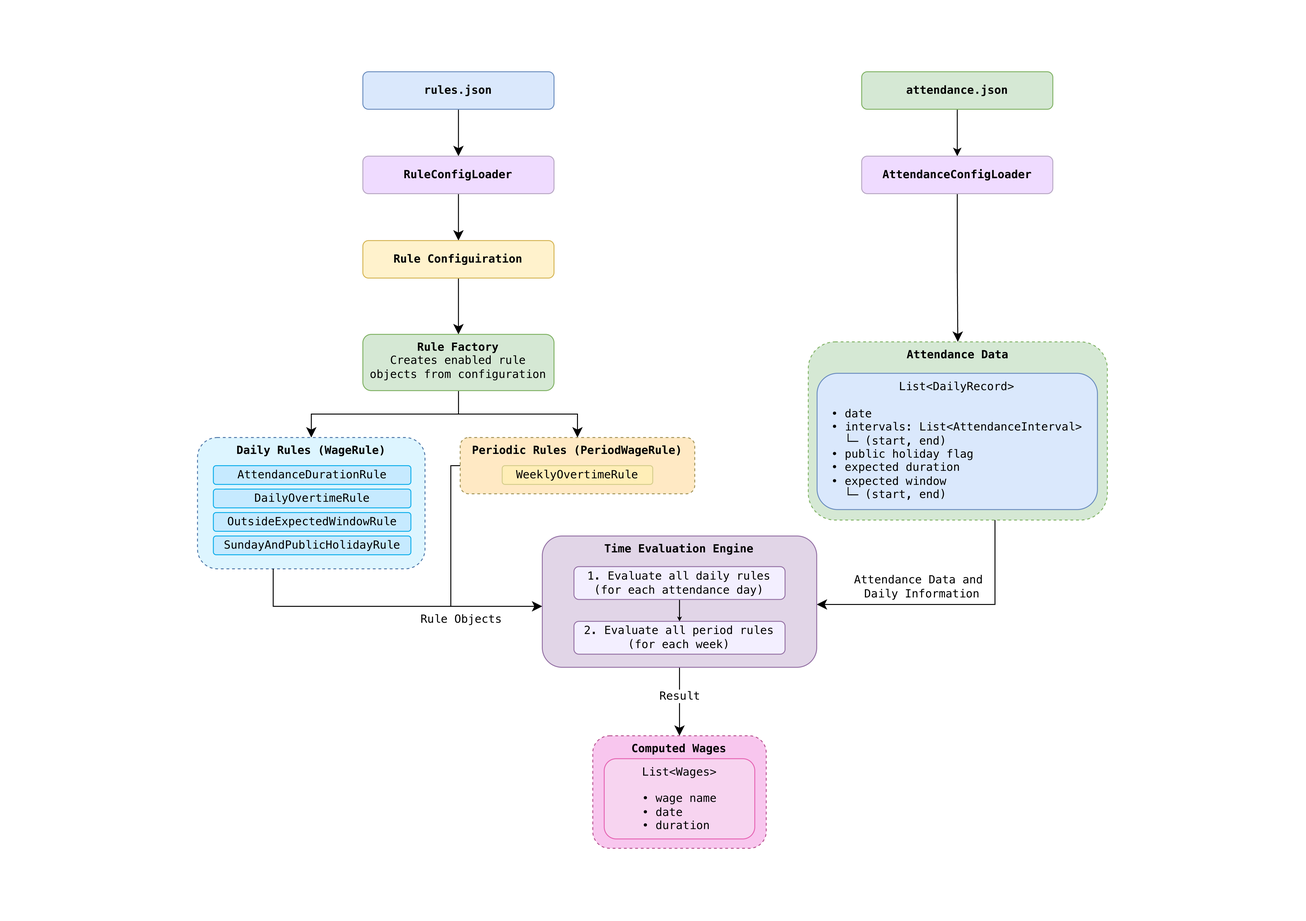
Before: docs/architecture.png, a diagram exported from draw.io (kulkarniishan/time-evaluation-engine). Source tidied: cells renumbered, new cells last; positions are measured from the earlier drawing's top-left corner, leaving out a move shared by most shapes.
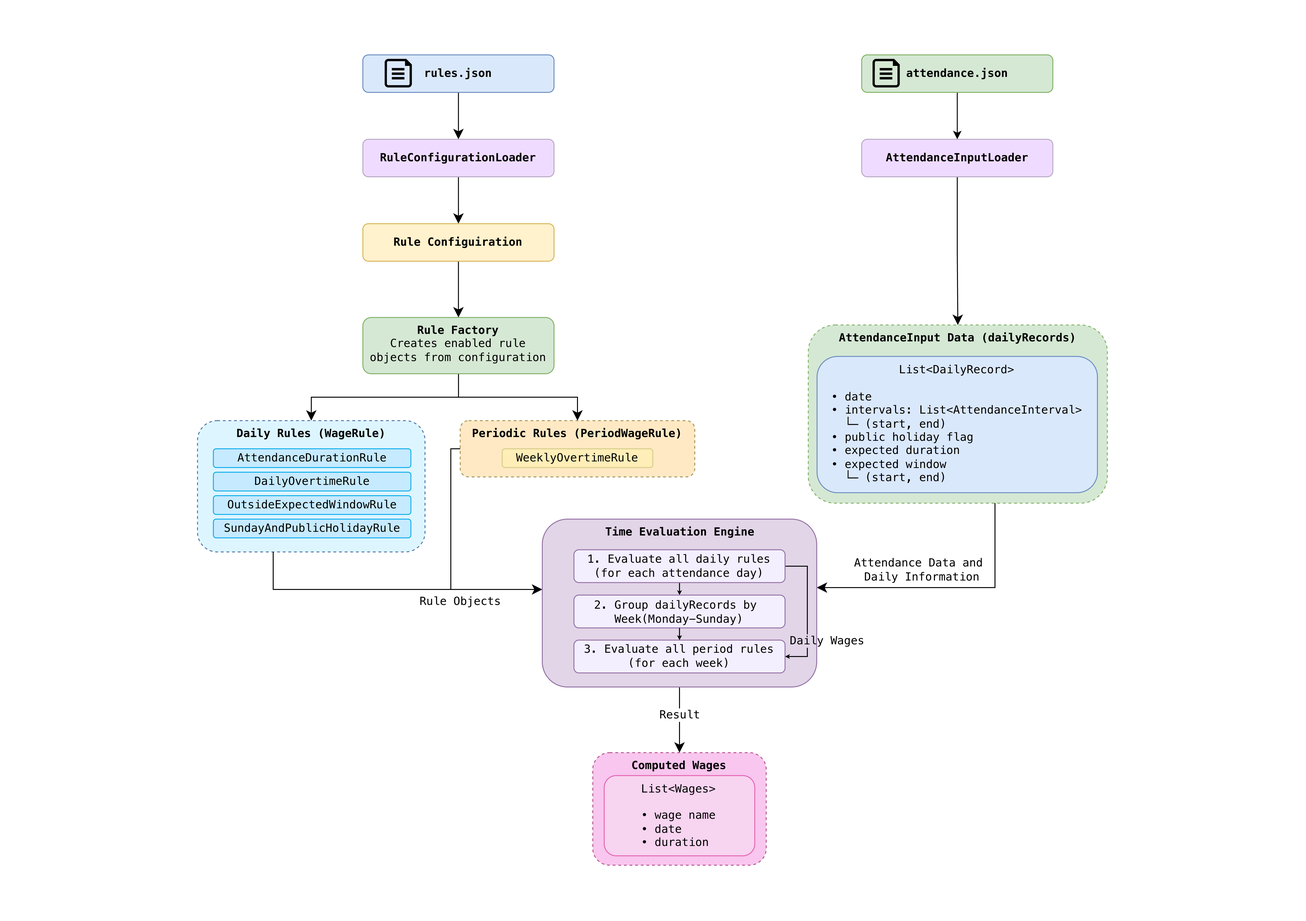
Above is the later version.

Commit message:
UPDATE: Architecture diagram

What changed in the source:
```diff
@@ -3,7 +3,7 @@
     <mxCell id="0" />
     <mxCell id="1" parent="0" />
     <mxCell id="2" style="rounded=0;whiteSpace=wrap;html=1;strokeColor=#FFFFFF;" parent="1" vertex="1">
-      <mxGeometry width="1390" height="980" as="geometry" />
+      <mxGeometry y="18" width="1390" height="980" as="geometry" />
     </mxCell>
     <mxCell id="3" style="edgeStyle=orthogonalEdgeStyle;rounded=0;jettySize=auto;html=1;fontSize=12;defaultLabelBackgroundColor=page;startSize=8;endSize=8;" parent="1" edge="1" source="4" target="8">
       <mxGeometry relative="1" as="geometry" />
@@ -20,19 +20,19 @@
     <mxCell id="7" style="edgeStyle=orthogonalEdgeStyle;rounded=0;jettySize=auto;html=1;fontSize=12;defaultLabelBackgroundColor=page;startSize=8;endSize=8;fontFamily=Monospace;" parent="1" edge="1" source="8" target="16">
       <mxGeometry relative="1" as="geometry" />
     </mxCell>
-    <mxCell id="8" value="RuleConfigLoader" style="rounded=1;whiteSpace=wrap;html=1;roundedPerimeter=1;fillColor=light-dark(#EFDBFF,#E37ABA);strokeColor=light-dark(#B8A8C4,#E37ABA);align=center;verticalAlign=middle;fontFamily=Monospace;fontSize=12;fontColor=default;fontStyle=1;" parent="1" vertex="1">
+    <mxCell id="8" value="RuleConfigurationLoader" style="rounded=1;whiteSpace=wrap;html=1;roundedPerimeter=1;fillColor=light-dark(#EFDBFF,#E37ABA);strokeColor=light-dark(#B8A8C4,#E37ABA);align=center;verticalAlign=middle;fontFamily=Monospace;fontSize=12;fontColor=default;fontStyle=1;" parent="1" vertex="1">
       <mxGeometry x="386.2" y="166" width="203.8" height="40" as="geometry" />
     </mxCell>
     <mxCell id="9" style="edgeStyle=orthogonalEdgeStyle;rounded=0;jettySize=auto;html=1;fontSize=12;defaultLabelBackgroundColor=page;startSize=8;endSize=8;fontFamily=Monospace;" parent="1" edge="1" source="10" target="12">
       <mxGeometry relative="1" as="geometry" />
     </mxCell>
-    <mxCell id="10" value="AttendanceConfigLoader" style="rounded=1;whiteSpace=wrap;html=1;roundedPerimeter=1;fillColor=light-dark(#EFDBFF,#E37ABA);strokeColor=light-dark(#B8A8C4,#E37ABA);fontFamily=Monospace;fontSize=12;fontStyle=1;" parent="1" vertex="1">
+    <mxCell id="10" value="AttendanceInputLoader" style="rounded=1;whiteSpace=wrap;html=1;roundedPerimeter=1;fillColor=light-dark(#EFDBFF,#E37ABA);strokeColor=light-dark(#B8A8C4,#E37ABA);fontFamily=Monospace;fontSize=12;fontStyle=1;" parent="1" vertex="1">
       <mxGeometry x="917.9" y="166" width="203.8" height="40" as="geometry" />
     </mxCell>
     <mxCell id="11" style="group;rounded=0;fontFamily=Monospace;fontSize=12;" parent="1" vertex="1">
       <mxGeometry x="861" y="364" width="318.8" height="190" as="geometry" />
     </mxCell>
-    <mxCell id="12" value="&lt;b&gt;Attendance Data&lt;/b&gt;" style="rounded=1;whiteSpace=wrap;html=1;verticalAlign=top;fillColor=#d5e8d4;strokeColor=#82b366;dashed=1;roundedPerimeter=1;fontFamily=Monospace;fontSize=12;" parent="11" vertex="1">
+    <mxCell id="12" value="&lt;b&gt;AttendanceInput Data (dailyRecords)&lt;/b&gt;" style="rounded=1;whiteSpace=wrap;html=1;verticalAlign=top;fillColor=#d5e8d4;strokeColor=#82b366;dashed=1;roundedPerimeter=1;fontFamily=Monospace;fontSize=12;" parent="11" vertex="1">
       <mxGeometry width="318.8" height="190" as="geometry" />
     </mxCell>
     <mxCell id="13" style="group;fontFamily=Monospace;fontSize=12;" parent="11" vertex="1">
@@ -89,7 +89,7 @@
     <mxCell id="30" value="&lt;font&gt;WeeklyOvertimeRule&lt;/font&gt;" style="rounded=1;whiteSpace=wrap;html=1;roundedPerimeter=1;fillColor=#FFEEB7;strokeColor=#D6CE8D;fontFamily=Monospace;fontSize=12;" parent="28" vertex="1">
       <mxGeometry x="44.8" y="30" width="160.5" height="20" as="geometry" />
     </mxCell>
-    <mxCell id="31" style="edgeStyle=none;curved=1;rounded=0;curveGeometry=1;jettySize=auto;html=1;fontSize=12;defaultLabelBackgroundColor=page;startSize=8;endSize=8;fontFamily=Monospace;" parent="1" edge="1" source="39" target="45">
+    <mxCell id="31" style="edgeStyle=none;curved=1;rounded=0;curveGeometry=1;jettySize=auto;html=1;fontSize=12;defaultLabelBackgroundColor=page;startSize=8;endSize=8;fontFamily=Monospace;" parent="1" edge="1" source="43" target="39">
       <mxGeometry relative="1" as="geometry" />
     </mxCell>
     <mxCell id="32" value="Result" style="edgeLabel;html=1;align=center;verticalAlign=middle;inheritText=fontColor,fontStyle,textOpacity,labelBorderColor,labelBorderWidth,labelBackgroundColor,defaultLabelBackgroundColor,labelPadding;fontFamily=Monospace;fontSize=12;defaultLabelBackgroundColor=page;" parent="31" vertex="1">
@@ -97,7 +97,7 @@
         <mxPoint x="-1" y="3" as="offset" />
       </mxGeometry>
     </mxCell>
-    <mxCell id="33" style="edgeStyle=orthogonalEdgeStyle;rounded=0;jettySize=auto;html=1;fontSize=12;defaultLabelBackgroundColor=page;startSize=8;endSize=8;fontFamily=Monospace;" parent="1" edge="1" source="29" target="39">
+    <mxCell id="33" style="edgeStyle=orthogonalEdgeStyle;rounded=0;jettySize=auto;html=1;fontSize=12;defaultLabelBackgroundColor=page;startSize=8;endSize=8;fontFamily=Monospace;" parent="1" edge="1" source="29" target="43">
       <mxGeometry x="-0.04" relative="1" as="geometry">
         <Array as="points">
           <mxPoint x="480" y="496" />
@@ -110,7 +110,7 @@
         <mxPoint x="9" y="46" as="offset" />
       </mxGeometry>
     </mxCell>
-    <mxCell id="35" style="edgeStyle=orthogonalEdgeStyle;rounded=0;jettySize=auto;html=1;fontSize=12;defaultLabelBackgroundColor=page;startSize=8;endSize=8;fontFamily=Monospace;" parent="1" edge="1" source="12" target="39">
+    <mxCell id="35" style="edgeStyle=orthogonalEdgeStyle;rounded=0;jettySize=auto;html=1;fontSize=12;defaultLabelBackgroundColor=page;startSize=8;endSize=8;fontFamily=Monospace;" parent="1" edge="1" source="12" target="43">
       <mxGeometry x="0.29" relative="1" as="geometry">
         <Array as="points">
           <mxPoint x="1060" y="644" />
@@ -122,39 +122,58 @@
         <mxPoint x="42" y="-19" as="offset" />
       </mxGeometry>
     </mxCell>
-    <mxCell id="37" style="edgeStyle=orthogonalEdgeStyle;rounded=0;jettySize=auto;html=1;fontSize=12;defaultLabelBackgroundColor=page;startSize=8;endSize=8;fontFamily=Monospace;" parent="1" edge="1" source="21" target="39">
+    <mxCell id="37" style="edgeStyle=orthogonalEdgeStyle;rounded=0;jettySize=auto;html=1;fontSize=12;defaultLabelBackgroundColor=page;startSize=8;endSize=8;fontFamily=Monospace;" parent="1" edge="1" source="21" target="43">
       <mxGeometry relative="1" as="geometry">
         <Array as="points">
           <mxPoint x="290.7" y="646" />
         </Array>
       </mxGeometry>
     </mxCell>
-    <mxCell id="38" style="group;fontFamily=Monospace;fontSize=12;" parent="1" vertex="1">
-      <mxGeometry x="577.5" y="571" width="292.5" height="140" as="geometry" />
+    <mxCell id="38" style="group;" parent="1" vertex="1">
+      <mxGeometry x="631.3" y="820" width="184.9" height="120" as="geometry" />
     </mxCell>
-    <mxCell id="39" value="&lt;b&gt;Time Evaluation Engine&lt;/b&gt;" style="rounded=1;whiteSpace=wrap;html=1;roundedPerimeter=1;verticalAlign=top;fillColor=#e1d5e7;strokeColor=#9673a6;fontFamily=Monospace;fontSize=12;" parent="38" vertex="1">
-      <mxGeometry width="292.5" height="140" as="geometry" />
+    <mxCell id="39" value="&lt;b&gt;Computed Wages&lt;/b&gt;" style="whiteSpace=wrap;html=1;verticalAlign=top;fillColor=#F8C6EE;strokeColor=#B85490;rounded=1;roundedPerimeter=1;dashed=1;fontFamily=Monospace;fontSize=12;" parent="38" vertex="1">
+      <mxGeometry width="184.9" height="120" as="geometry" />
     </mxCell>
-    <mxCell id="40" style="group;fontFamily=Monospace;fontSize=12;" parent="38" vertex="1">
-      <mxGeometry x="33.7" y="32.7" width="225" height="93.3" as="geometry" />
+    <mxCell id="40" value="&lt;span style=&quot;font-family: monospace;&quot;&gt;List&amp;lt;Wages&amp;gt;&lt;/span&gt;&lt;div style=&quot;font-family: monospace;&quot;&gt;&lt;br&gt;&lt;div&gt;&lt;span style=&quot;text-align: left; background-color: transparent;&quot;&gt;• &lt;/span&gt;wage name&lt;/div&gt;&lt;div style=&quot;text-align: left;&quot;&gt;&lt;span style=&quot;background-color: transparent;&quot;&gt;• &lt;/span&gt;date&lt;/div&gt;&lt;div style=&quot;text-align: left;&quot;&gt;&lt;span style=&quot;background-color: transparent;&quot;&gt;• &lt;/span&gt;duration&lt;/div&gt;&lt;/div&gt;" style="rounded=1;whiteSpace=wrap;html=1;roundedPerimeter=1;fillColor=light-dark(#F7D4F0,#F7D4F0);strokeColor=light-dark(#E666B4,#D7817E);" parent="38" vertex="1">
+      <mxGeometry x="12.2" y="24.4" width="160.5" height="85.6" as="geometry" />
     </mxCell>
-    <mxCell id="41" style="edgeStyle=none;curved=1;rounded=0;curveGeometry=1;jettySize=auto;html=1;fontSize=12;defaultLabelBackgroundColor=page;startSize=2;endSize=2;fontFamily=Monospace;" parent="40" edge="1" source="42" target="43">
-      <mxGeometry relative="1" as="geometry" />
+    <mxCell id="41" style="verticalLabelPosition=bottom;html=1;verticalAlign=top;align=center;strokeColor=none;fillColor=light-dark(#000000,#000000);shape=mxgraph.azure.cloud_services_configuration_file;labelPerimeter=1;" parent="1" vertex="1">
+      <mxGeometry x="410" y="80.7" width="29" height="30.5" as="geometry" />
     </mxCell>
-    <mxCell id="42" value="&lt;font&gt;1. Evaluate all daily rules&lt;/font&gt;&lt;div&gt;&lt;font&gt;(for each attendance day)&lt;/font&gt;&lt;/div&gt;" style="rounded=1;whiteSpace=wrap;html=1;roundedPerimeter=1;fillColor=#F3EFFF;strokeColor=#9673a6;fontFamily=Monospace;fontSize=12;" parent="40" vertex="1">
-      <mxGeometry width="225" height="35" as="geometry" />
+    <mxCell id="42" style="verticalLabelPosition=bottom;html=1;verticalAlign=top;align=center;strokeColor=none;fillColor=light-dark(#000000,#000000);shape=mxgraph.azure.cloud_services_configuration_file;labelPerimeter=1;" parent="1" vertex="1">
+      <mxGeometry x="930" y="80.7" width="29" height="30.5" as="geometry" />
     </mxCell>
-    <mxCell id="43" value="&lt;font&gt;2. Evaluate all period rules&lt;/font&gt;&lt;div&gt;&lt;font&gt;(for each week)&lt;/font&gt;&lt;/div&gt;" style="rounded=1;whiteSpace=wrap;html=1;roundedPerimeter=1;fillColor=#F3EFFF;strokeColor=#9673a6;fontFamily=Monospace;fontSize=12;" parent="40" vertex="1">
-      <mxGeometry y="58.3" width="225" height="35" as="geometry" />
+    <mxCell id="43" value="&lt;b&gt;Time Evaluation Engine&lt;/b&gt;" style="rounded=1;whiteSpace=wrap;html=1;roundedPerimeter=1;verticalAlign=top;fillColor=#e1d5e7;strokeColor=#9673a6;fontFamily=Monospace;fontSize=12;" parent="1" vertex="1">
+      <mxGeometry x="577.5" y="571" width="292.5" height="179" as="geometry" />
     </mxCell>
-    <mxCell id="44" style="group;" parent="1" vertex="1">
-      <mxGeometry x="631.3" y="784" width="184.9" height="120" as="geometry" />
+    <mxCell id="44" style="edgeStyle=none;curved=1;rounded=0;curveGeometry=1;jettySize=auto;html=1;fontSize=12;defaultLabelBackgroundColor=page;startSize=2;endSize=2;fontFamily=Monospace;" parent="1" edge="1" source="47" target="49">
+      <mxGeometry relative="1" as="geometry" />
     </mxCell>
-    <mxCell id="45" value="&lt;b&gt;Computed Wages&lt;/b&gt;" style="whiteSpace=wrap;html=1;verticalAlign=top;fillColor=#F8C6EE;strokeColor=#B85490;rounded=1;roundedPerimeter=1;dashed=1;fontFamily=Monospace;fontSize=12;" parent="44" vertex="1">
-      <mxGeometry width="184.9" height="120" as="geometry" />
+    <mxCell id="45" style="edgeStyle=orthogonalEdgeStyle;rounded=0;jettySize=auto;html=1;fontSize=12;defaultLabelBackgroundColor=page;startSize=2;endSize=2;strokeColor=default;align=center;verticalAlign=middle;fontFamily=Monospace;fontColor=default;labelBackgroundColor=default;endArrow=classic;" parent="1" edge="1" source="47" target="48">
+      <mxGeometry relative="1" as="geometry">
+        <Array as="points">
+          <mxPoint x="860" y="621.2" />
+          <mxPoint x="860" y="717.5" />
+        </Array>
+      </mxGeometry>
     </mxCell>
-    <mxCell id="46" value="&lt;span style=&quot;font-family: monospace;&quot;&gt;List&amp;lt;Wages&amp;gt;&lt;/span&gt;&lt;div style=&quot;font-family: monospace;&quot;&gt;&lt;br&gt;&lt;div&gt;&lt;span style=&quot;text-align: left; background-color: transparent;&quot;&gt;• &lt;/span&gt;wage name&lt;/div&gt;&lt;div style=&quot;text-align: left;&quot;&gt;&lt;span style=&quot;background-color: transparent;&quot;&gt;• &lt;/span&gt;date&lt;/div&gt;&lt;div style=&quot;text-align: left;&quot;&gt;&lt;span style=&quot;background-color: transparent;&quot;&gt;• &lt;/span&gt;duration&lt;/div&gt;&lt;/div&gt;" style="rounded=1;whiteSpace=wrap;html=1;roundedPerimeter=1;fillColor=light-dark(#F7D4F0,#F7D4F0);strokeColor=light-dark(#E666B4,#D7817E);" parent="44" vertex="1">
-      <mxGeometry x="12.2" y="24.4" width="160.5" height="85.6" as="geometry" />
+    <mxCell id="46" value="&lt;font face=&quot;Monospace&quot;&gt;Daily Wages&lt;/font&gt;" style="edgeLabel;html=1;align=center;verticalAlign=middle;inheritText=1;fontFamily=Monospace;fontSize=12;defaultLabelBackgroundColor=page;" parent="45" vertex="1">
+      <mxGeometry x="-0.13" y="1" relative="1" as="geometry">
+        <mxPoint x="19" y="41" as="offset" />
+      </mxGeometry>
     </mxCell>
+    <mxCell id="47" value="&lt;font&gt;1. Evaluate all daily rules&lt;/font&gt;&lt;div&gt;&lt;font&gt;(for each attendance day)&lt;/font&gt;&lt;/div&gt;" style="rounded=1;whiteSpace=wrap;html=1;roundedPerimeter=1;fillColor=#F3EFFF;strokeColor=#9673a6;fontFamily=Monospace;fontSize=12;" parent="1" vertex="1">
+      <mxGeometry x="611.2" y="603.7" width="225" height="35" as="geometry" />
+    </mxCell>
+    <mxCell id="48" value="&lt;font&gt;3. Evaluate all period rules&lt;/font&gt;&lt;div&gt;&lt;font&gt;(for each week)&lt;/font&gt;&lt;/div&gt;" style="rounded=1;whiteSpace=wrap;html=1;roundedPerimeter=1;fillColor=#F3EFFF;strokeColor=#9673a6;fontFamily=Monospace;fontSize=12;" parent="1" vertex="1">
+      <mxGeometry x="611.2" y="700" width="225" height="35" as="geometry" />
+    </mxCell>
+    <mxCell id="49" value="&lt;font&gt;2. Group dailyRecords by&amp;nbsp;&lt;/font&gt;&lt;div&gt;&lt;font&gt;Week(&lt;span style=&quot;background-color: transparent; color: light-dark(#000000, var(--ge-light-color, #ffffff));&quot;&gt;Monday-Sunday)&lt;/span&gt;&lt;br&gt;&lt;/font&gt;&lt;/div&gt;" style="rounded=1;whiteSpace=wrap;html=1;roundedPerimeter=1;fillColor=#F3EFFF;strokeColor=#9673a6;fontFamily=Monospace;fontSize=12;" parent="1" vertex="1">
+      <mxGeometry x="611.2" y="652" width="225" height="35" as="geometry" />
+    </mxCell>
+    <mxCell id="50" style="edgeStyle=none;curved=1;rounded=0;curveGeometry=1;jettySize=auto;html=1;fontSize=12;defaultLabelBackgroundColor=page;startSize=2;endSize=2;strokeColor=default;align=center;verticalAlign=middle;fontFamily=Monospace;fontColor=default;labelBackgroundColor=default;endArrow=classic;" parent="1" edge="1" source="49" target="48">
+      <mxGeometry relative="1" as="geometry" />
+    </mxCell>
   </root>
 </mxGraphModel>
```
